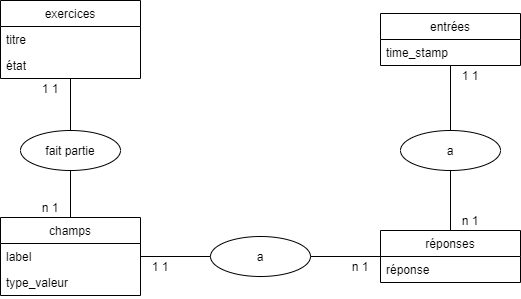
Above: Doc/DB/MCD/MCD1.0.png in SemicolonManifest/The_Looper (draw.io), before the change. Source tidied: cells renumbered, new cells last; positions are measured from the earlier drawing's top-left corner, leaving out a move shared by most shapes. The source it was exported from:
```xml
<mxGraphModel>
  <root>
    <mxCell id="0" />
    <mxCell id="1" parent="0" />
    <mxCell id="2" value="exercices" style="swimlane;fontStyle=0;horizontal=1;startSize=26;" parent="1" vertex="1">
      <mxGeometry width="140" height="78" as="geometry" />
    </mxCell>
    <mxCell id="3" value="titre" style="text;strokeColor=none;fillColor=none;align=left;verticalAlign=top;spacingLeft=4;spacingRight=4;overflow=hidden;" parent="2" vertex="1">
      <mxGeometry y="26" width="140" height="26" as="geometry" />
    </mxCell>
    <mxCell id="4" value="état" style="text;strokeColor=none;fillColor=none;align=left;verticalAlign=top;spacingLeft=4;spacingRight=4;overflow=hidden;" parent="2" vertex="1">
      <mxGeometry y="52" width="140" height="26" as="geometry" />
    </mxCell>
    <mxCell id="5" value="réponses" style="swimlane;fontStyle=0;horizontal=1;startSize=26;" parent="1" vertex="1">
      <mxGeometry x="380" y="230" width="140" height="52" as="geometry" />
    </mxCell>
    <mxCell id="6" value="réponse" style="text;strokeColor=none;fillColor=none;align=left;verticalAlign=top;spacingLeft=4;spacingRight=4;overflow=hidden;" parent="5" vertex="1">
      <mxGeometry y="26" width="140" height="26" as="geometry" />
    </mxCell>
    <mxCell id="7" value="entrées" style="swimlane;fontStyle=0;horizontal=1;startSize=26;" parent="1" vertex="1">
      <mxGeometry x="380" y="13" width="140" height="52" as="geometry" />
    </mxCell>
    <mxCell id="8" value="time_stamp" style="text;strokeColor=none;fillColor=none;align=left;verticalAlign=top;spacingLeft=4;spacingRight=4;overflow=hidden;" parent="7" vertex="1">
      <mxGeometry y="26" width="140" height="26" as="geometry" />
    </mxCell>
    <mxCell id="9" value="champs" style="swimlane;fontStyle=0;horizontal=1;startSize=26;" parent="1" vertex="1">
      <mxGeometry y="217" width="140" height="78" as="geometry" />
    </mxCell>
    <mxCell id="10" value="label" style="text;strokeColor=none;fillColor=none;align=left;verticalAlign=top;spacingLeft=4;spacingRight=4;overflow=hidden;" parent="9" vertex="1">
      <mxGeometry y="26" width="140" height="26" as="geometry" />
    </mxCell>
    <mxCell id="11" value="type_valeur" style="text;strokeColor=none;fillColor=none;align=left;verticalAlign=top;spacingLeft=4;spacingRight=4;overflow=hidden;" parent="9" vertex="1">
      <mxGeometry y="52" width="140" height="26" as="geometry" />
    </mxCell>
    <mxCell id="12" value="fait partie" style="ellipse;whiteSpace=wrap;html=1;" parent="1" vertex="1">
      <mxGeometry x="20" y="130" width="100" height="40" as="geometry" />
    </mxCell>
    <mxCell id="13" value="a" style="ellipse;whiteSpace=wrap;html=1;" parent="1" vertex="1">
      <mxGeometry x="400" y="130" width="100" height="40" as="geometry" />
    </mxCell>
    <mxCell id="14" value="a" style="ellipse;whiteSpace=wrap;html=1;" parent="1" vertex="1">
      <mxGeometry x="210" y="236" width="100" height="40" as="geometry" />
    </mxCell>
    <mxCell id="15" style="endArrow=none;html=1;" parent="1" edge="1" source="7" target="13">
      <mxGeometry relative="1" as="geometry" />
    </mxCell>
    <mxCell id="16" style="endArrow=none;html=1;" parent="1" edge="1" source="5" target="13">
      <mxGeometry relative="1" as="geometry" />
    </mxCell>
    <mxCell id="17" style="endArrow=none;html=1;fontStyle=1;" parent="1" edge="1" source="12" target="9">
      <mxGeometry relative="1" as="geometry" />
    </mxCell>
    <mxCell id="18" style="endArrow=none;html=1;" parent="1" edge="1" source="2" target="12">
      <mxGeometry relative="1" as="geometry" />
    </mxCell>
    <mxCell id="19" style="endArrow=none;html=1;" parent="1" edge="1" source="9" target="14">
      <mxGeometry relative="1" as="geometry" />
    </mxCell>
    <mxCell id="20" style="endArrow=none;html=1;" parent="1" edge="1" source="5" target="14">
      <mxGeometry relative="1" as="geometry" />
    </mxCell>
    <mxCell id="21" value="1 1" style="text;html=1;strokeColor=none;fillColor=none;align=center;verticalAlign=middle;whiteSpace=wrap;rounded=0;" parent="1" vertex="1">
      <mxGeometry x="450" y="65" width="40" height="20" as="geometry" />
    </mxCell>
    <mxCell id="22" value="n 1" style="text;html=1;strokeColor=none;fillColor=none;align=center;verticalAlign=middle;whiteSpace=wrap;rounded=0;" parent="1" vertex="1">
      <mxGeometry x="450" y="210" width="40" height="20" as="geometry" />
    </mxCell>
    <mxCell id="23" value="n 1" style="text;html=1;strokeColor=none;fillColor=none;align=center;verticalAlign=middle;whiteSpace=wrap;rounded=0;" parent="1" vertex="1">
      <mxGeometry x="340" y="256" width="40" height="20" as="geometry" />
    </mxCell>
    <mxCell id="24" value="1 1" style="text;html=1;strokeColor=none;fillColor=none;align=center;verticalAlign=middle;whiteSpace=wrap;rounded=0;" parent="1" vertex="1">
      <mxGeometry x="140" y="256" width="40" height="20" as="geometry" />
    </mxCell>
    <mxCell id="25" value="n 1" style="text;html=1;strokeColor=none;fillColor=none;align=center;verticalAlign=middle;whiteSpace=wrap;rounded=0;" parent="1" vertex="1">
      <mxGeometry x="30" y="197" width="40" height="20" as="geometry" />
    </mxCell>
    <mxCell id="26" value="1 1" style="text;html=1;strokeColor=none;fillColor=none;align=center;verticalAlign=middle;whiteSpace=wrap;rounded=0;" parent="1" vertex="1">
      <mxGeometry x="30" y="78" width="40" height="20" as="geometry" />
    </mxCell>
  </root>
</mxGraphModel>
```
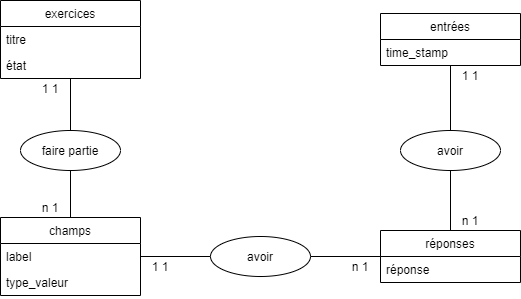
Above is the later version.

Change to the diagram source:
```diff
@@ -32,13 +32,13 @@
     <mxCell id="11" value="type_valeur" style="text;strokeColor=none;fillColor=none;align=left;verticalAlign=top;spacingLeft=4;spacingRight=4;overflow=hidden;" parent="9" vertex="1">
       <mxGeometry y="52" width="140" height="26" as="geometry" />
     </mxCell>
-    <mxCell id="12" value="fait partie" style="ellipse;whiteSpace=wrap;html=1;" parent="1" vertex="1">
+    <mxCell id="12" value="faire partie" style="ellipse;whiteSpace=wrap;html=1;" parent="1" vertex="1">
       <mxGeometry x="20" y="130" width="100" height="40" as="geometry" />
     </mxCell>
-    <mxCell id="13" value="a" style="ellipse;whiteSpace=wrap;html=1;" parent="1" vertex="1">
+    <mxCell id="13" value="avoir" style="ellipse;whiteSpace=wrap;html=1;" parent="1" vertex="1">
       <mxGeometry x="400" y="130" width="100" height="40" as="geometry" />
     </mxCell>
-    <mxCell id="14" value="a" style="ellipse;whiteSpace=wrap;html=1;" parent="1" vertex="1">
+    <mxCell id="14" value="avoir" style="ellipse;whiteSpace=wrap;html=1;" parent="1" vertex="1">
       <mxGeometry x="210" y="236" width="100" height="40" as="geometry" />
     </mxCell>
     <mxCell id="15" style="endArrow=none;html=1;" parent="1" edge="1" source="7" target="13">
```
